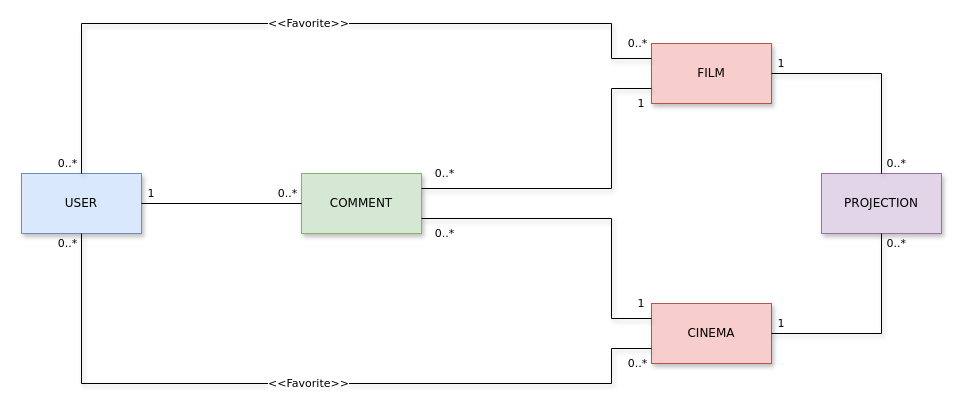
Before: Task1/Documentation/Diagrams/DB diagram.drawio in unipi-fr/LargeScaleMultiStructureDatabases, a draw.io diagram. Source tidied: cells renumbered, new cells numbered last; positions are measured from the earlier drawing's top-left corner, leaving out a move shared by most shapes. Both pictures are drawn from the tidied source at 100%, with x=0, y=0 at pixel (21, 23).
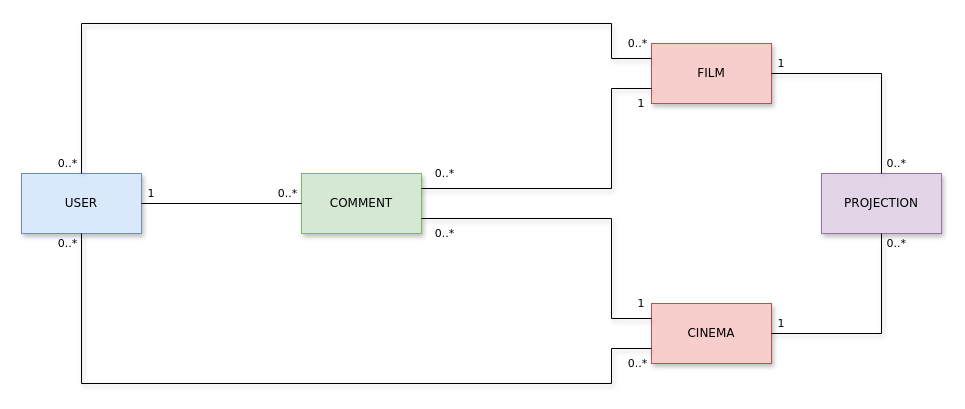
After the change.

Unchanged cells that the change refers to:
```xml
<mxCell id="3" value="FILM" style="rounded=0;whiteSpace=wrap;html=1;fontFamily=Verdana;shadow=1;fillColor=#f8cecc;strokeColor=#b85450;" parent="1" vertex="1">
  <mxGeometry x="630" y="20" width="120" height="60" as="geometry" />
</mxCell>
<mxCell id="4" value="CINEMA" style="rounded=0;whiteSpace=wrap;html=1;fontFamily=Verdana;shadow=1;fillColor=#f8cecc;strokeColor=#b85450;" parent="1" vertex="1">
  <mxGeometry x="630" y="280" width="120" height="60" as="geometry" />
</mxCell>
<mxCell id="13" value="0..*&amp;nbsp;&amp;nbsp;" style="text;html=1;strokeColor=none;fillColor=none;align=center;verticalAlign=middle;whiteSpace=wrap;rounded=0;shadow=1;fontFamily=Verdana;fontSize=11;" parent="1" vertex="1">
  <mxGeometry x="30" y="210" width="40" height="20" as="geometry" />
</mxCell>
<mxCell id="14" value="0..*&amp;nbsp;&amp;nbsp;" style="text;html=1;strokeColor=none;fillColor=none;align=center;verticalAlign=middle;whiteSpace=wrap;rounded=0;shadow=1;fontFamily=Verdana;fontSize=11;" parent="1" vertex="1">
  <mxGeometry x="30" y="130" width="40" height="20" as="geometry" />
</mxCell>
```

The edit, as a diff of the source:
```diff
@@
-    <mxCell id="6" value="&amp;lt;&amp;lt;Favorite&amp;gt;&amp;gt;" style="endArrow=none;html=1;entryX=0.75;entryY=0;entryDx=0;entryDy=0;exitX=0;exitY=0.75;exitDx=0;exitDy=0;fontFamily=Verdana;shadow=1;rounded=0;" parent="1" edge="1" source="4" target="13">
+    <mxCell id="6" style="endArrow=none;html=1;entryX=0.75;entryY=0;entryDx=0;entryDy=0;exitX=0;exitY=0.75;exitDx=0;exitDy=0;fontFamily=Verdana;shadow=1;rounded=0;" parent="1" edge="1" source="4" target="13">
       <mxGeometry relative="1" as="geometry">
         <Array as="points">
           <mxPoint x="590" y="325" />
           <mxPoint x="590" y="360" />
           <mxPoint x="60" y="360" />
         </Array>
       </mxGeometry>
     </mxCell>
@@
-    <mxCell id="9" value="&amp;lt;&amp;lt;Favorite&amp;gt;&amp;gt;" style="endArrow=none;html=1;entryX=0.75;entryY=1;entryDx=0;entryDy=0;exitX=0;exitY=0.25;exitDx=0;exitDy=0;fontFamily=Verdana;shadow=1;rounded=0;" parent="1" edge="1" source="3" target="14">
+    <mxCell id="9" style="endArrow=none;html=1;entryX=0.75;entryY=1;entryDx=0;entryDy=0;exitX=0;exitY=0.25;exitDx=0;exitDy=0;fontFamily=Verdana;shadow=1;rounded=0;" parent="1" edge="1" source="3" target="14">
       <mxGeometry relative="1" as="geometry">
         <Array as="points">
           <mxPoint x="590" y="35" />
           <mxPoint x="590" />
           <mxPoint x="60" />
         </Array>
       </mxGeometry>
     </mxCell>
```
